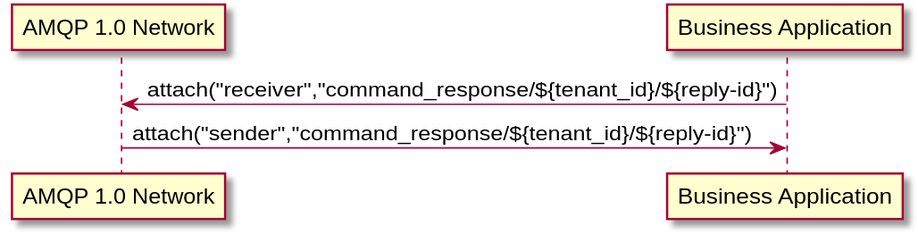
This is site/documentation/content/api/command_control_receive_preconditions.svg from eclipse-hono/hono, a PlantUML export, as it was before one commit.
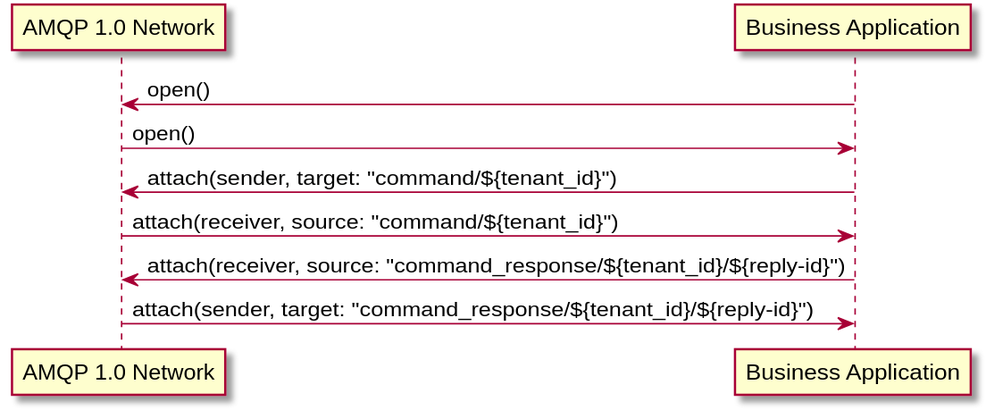
The same diagram one commit later.

What changed in the source:
```diff
@@ -4,6 +4,10 @@
 participant "AMQP 1.0 Network"
 participant "Business Application"
 
-"Business Application" -> "AMQP 1.0 Network": attach("receiver","command_response/${tenant_id}/${reply-id}")
-"AMQP 1.0 Network" -> "Business Application": attach("sender","command_response/${tenant_id}/${reply-id}")
+"Business Application" -> "AMQP 1.0 Network": open()
+"AMQP 1.0 Network" -> "Business Application": open()
+"Business Application" -> "AMQP 1.0 Network": attach(sender, target: "command/${tenant_id}")
+"AMQP 1.0 Network" -> "Business Application": attach(receiver, source: "command/${tenant_id}")
+"Business Application" -> "AMQP 1.0 Network": attach(receiver, source: "command_response/${tenant_id}/${reply-id}")
+"AMQP 1.0 Network" -> "Business Application": attach(sender, target: "command_response/${tenant_id}/${reply-id}")
 @enduml
```
